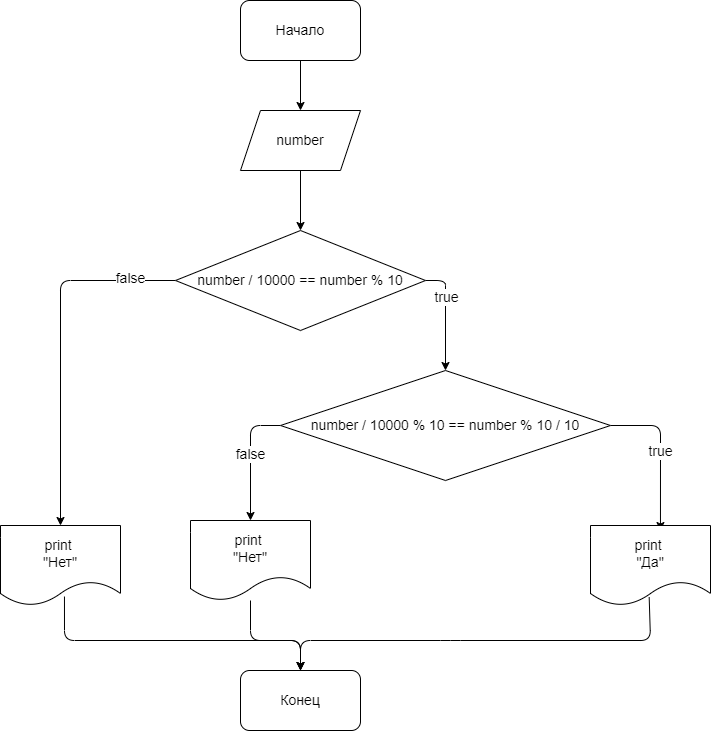
VladimirVicPar/qwerty1 keeps this draw.io diagram as HWork3/Task19/diagram.dravio.png. Above is the earlier version. Source tidied: cells renumbered, new cells last; positions are measured from the earlier drawing's top-left corner, leaving out a move shared by most shapes. Its diagram source:
```xml
<mxGraphModel>
  <root>
    <mxCell id="0" />
    <mxCell id="1" parent="0" />
    <mxCell id="2" style="edgeStyle=none;html=1;fontSize=14;" parent="1" edge="1" source="3" target="5">
      <mxGeometry relative="1" as="geometry" />
    </mxCell>
    <mxCell id="3" value="&lt;font style=&quot;font-size: 14px&quot;&gt;Начало&lt;/font&gt;" style="rounded=1;whiteSpace=wrap;html=1;" parent="1" vertex="1">
      <mxGeometry x="240" width="120" height="60" as="geometry" />
    </mxCell>
    <mxCell id="4" style="edgeStyle=none;html=1;fontSize=14;" parent="1" edge="1" source="5" target="10">
      <mxGeometry relative="1" as="geometry" />
    </mxCell>
    <mxCell id="5" value="number" style="shape=parallelogram;perimeter=parallelogramPerimeter;whiteSpace=wrap;html=1;fixedSize=1;fontSize=14;" parent="1" vertex="1">
      <mxGeometry x="240" y="110" width="120" height="60" as="geometry" />
    </mxCell>
    <mxCell id="6" style="edgeStyle=none;html=1;exitX=0;exitY=0.5;exitDx=0;exitDy=0;entryX=0.5;entryY=0;entryDx=0;entryDy=0;fontSize=14;" parent="1" edge="1" source="10" target="21">
      <mxGeometry relative="1" as="geometry">
        <Array as="points">
          <mxPoint x="60" y="280" />
        </Array>
      </mxGeometry>
    </mxCell>
    <mxCell id="7" value="false" style="edgeLabel;html=1;align=center;verticalAlign=middle;fontSize=14;" parent="6" vertex="1">
      <mxGeometry x="-0.58" y="-3" relative="1" as="geometry">
        <mxPoint x="30" as="offset" />
      </mxGeometry>
    </mxCell>
    <mxCell id="8" style="edgeStyle=none;html=1;exitX=1;exitY=0.5;exitDx=0;exitDy=0;entryX=0.5;entryY=0;entryDx=0;entryDy=0;fontSize=14;" parent="1" edge="1" source="10" target="15">
      <mxGeometry relative="1" as="geometry">
        <Array as="points">
          <mxPoint x="445" y="280" />
          <mxPoint x="445" y="290" />
        </Array>
      </mxGeometry>
    </mxCell>
    <mxCell id="9" value="true" style="edgeLabel;html=1;align=center;verticalAlign=middle;fontSize=14;" parent="8" vertex="1">
      <mxGeometry x="-0.12" relative="1" as="geometry">
        <mxPoint y="-12" as="offset" />
      </mxGeometry>
    </mxCell>
    <mxCell id="10" value="number / 10000 == number % 10" style="rhombus;whiteSpace=wrap;html=1;fontSize=14;" parent="1" vertex="1">
      <mxGeometry x="175" y="230" width="250" height="100" as="geometry" />
    </mxCell>
    <mxCell id="11" style="edgeStyle=none;html=1;exitX=0;exitY=0.5;exitDx=0;exitDy=0;fontSize=14;" parent="1" edge="1" source="15" target="19">
      <mxGeometry relative="1" as="geometry">
        <Array as="points">
          <mxPoint x="250" y="425" />
        </Array>
      </mxGeometry>
    </mxCell>
    <mxCell id="12" value="false" style="edgeLabel;html=1;align=center;verticalAlign=middle;fontSize=14;" parent="11" vertex="1">
      <mxGeometry x="-0.07" y="-1" relative="1" as="geometry" />
    </mxCell>
    <mxCell id="13" style="edgeStyle=none;html=1;exitX=1;exitY=0.5;exitDx=0;exitDy=0;entryX=0.583;entryY=0.063;entryDx=0;entryDy=0;entryPerimeter=0;fontSize=14;" parent="1" edge="1" source="15" target="17">
      <mxGeometry relative="1" as="geometry">
        <Array as="points">
          <mxPoint x="660" y="425" />
        </Array>
      </mxGeometry>
    </mxCell>
    <mxCell id="14" value="true" style="edgeLabel;html=1;align=center;verticalAlign=middle;fontSize=14;" parent="13" vertex="1">
      <mxGeometry x="-0.02" relative="1" as="geometry" />
    </mxCell>
    <mxCell id="15" value="number / 10000 % 10 == number % 10 / 10" style="rhombus;whiteSpace=wrap;html=1;fontSize=14;" parent="1" vertex="1">
      <mxGeometry x="280" y="370" width="330" height="110" as="geometry" />
    </mxCell>
    <mxCell id="16" style="edgeStyle=none;html=1;exitX=0.489;exitY=0.896;exitDx=0;exitDy=0;fontSize=14;exitPerimeter=0;entryX=0.5;entryY=0;entryDx=0;entryDy=0;" parent="1" edge="1" source="17" target="22">
      <mxGeometry relative="1" as="geometry">
        <Array as="points">
          <mxPoint x="650" y="640" />
          <mxPoint x="450" y="640" />
          <mxPoint x="300" y="640" />
        </Array>
      </mxGeometry>
    </mxCell>
    <mxCell id="17" value="print&amp;nbsp;&lt;br&gt;&quot;Да&quot;" style="shape=document;whiteSpace=wrap;html=1;boundedLbl=1;fontSize=14;" parent="1" vertex="1">
      <mxGeometry x="590" y="525" width="120" height="80" as="geometry" />
    </mxCell>
    <mxCell id="18" style="edgeStyle=none;html=1;fontSize=14;" parent="1" edge="1" source="19">
      <mxGeometry relative="1" as="geometry">
        <mxPoint x="300" y="670" as="targetPoint" />
        <Array as="points">
          <mxPoint x="250" y="640" />
          <mxPoint x="300" y="640" />
        </Array>
      </mxGeometry>
    </mxCell>
    <mxCell id="19" value="print&amp;nbsp;&lt;br&gt;&quot;Нет&quot;" style="shape=document;whiteSpace=wrap;html=1;boundedLbl=1;fontSize=14;" parent="1" vertex="1">
      <mxGeometry x="190" y="520" width="120" height="80" as="geometry" />
    </mxCell>
    <mxCell id="20" style="edgeStyle=none;html=1;exitX=0.533;exitY=0.888;exitDx=0;exitDy=0;fontSize=14;entryX=0.5;entryY=0;entryDx=0;entryDy=0;exitPerimeter=0;" parent="1" edge="1" source="21" target="22">
      <mxGeometry relative="1" as="geometry">
        <Array as="points">
          <mxPoint x="64" y="640" />
          <mxPoint x="300" y="640" />
        </Array>
      </mxGeometry>
    </mxCell>
    <mxCell id="21" value="print&amp;nbsp;&lt;br&gt;&quot;Нет&quot;" style="shape=document;whiteSpace=wrap;html=1;boundedLbl=1;fontSize=14;" parent="1" vertex="1">
      <mxGeometry y="525" width="120" height="80" as="geometry" />
    </mxCell>
    <mxCell id="22" value="Конец" style="rounded=1;whiteSpace=wrap;html=1;fontSize=14;" parent="1" vertex="1">
      <mxGeometry x="240" y="670" width="120" height="60" as="geometry" />
    </mxCell>
  </root>
</mxGraphModel>
```
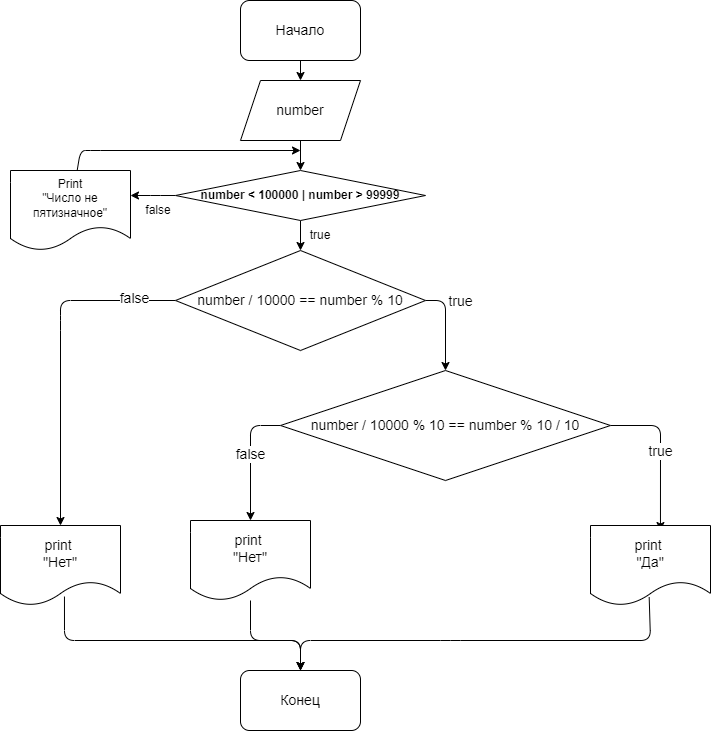
The same diagram one commit later.

Commit message:
Commite Task19

What changed in the source:
```diff
@@ -8,16 +8,17 @@
     <mxCell id="3" value="&lt;font style=&quot;font-size: 14px&quot;&gt;Начало&lt;/font&gt;" style="rounded=1;whiteSpace=wrap;html=1;" parent="1" vertex="1">
       <mxGeometry x="240" width="120" height="60" as="geometry" />
     </mxCell>
-    <mxCell id="4" style="edgeStyle=none;html=1;fontSize=14;" parent="1" edge="1" source="5" target="10">
-      <mxGeometry relative="1" as="geometry" />
-    </mxCell>
+    <mxCell id="23" style="edgeStyle=none;html=1;fontSize=8;" parent="1" edge="1" source="5" target="26">
+      <mxGeometry relative="1" as="geometry" />
+    </mxCell>
     <mxCell id="5" value="number" style="shape=parallelogram;perimeter=parallelogramPerimeter;whiteSpace=wrap;html=1;fixedSize=1;fontSize=14;" parent="1" vertex="1">
-      <mxGeometry x="240" y="110" width="120" height="60" as="geometry" />
+      <mxGeometry x="240" y="80" width="120" height="60" as="geometry" />
     </mxCell>
     <mxCell id="6" style="edgeStyle=none;html=1;exitX=0;exitY=0.5;exitDx=0;exitDy=0;entryX=0.5;entryY=0;entryDx=0;entryDy=0;fontSize=14;" parent="1" edge="1" source="10" target="21">
       <mxGeometry relative="1" as="geometry">
         <Array as="points">
-          <mxPoint x="60" y="280" />
+          <mxPoint x="60" y="300" />
+          <mxPoint x="60" y="320" />
         </Array>
       </mxGeometry>
     </mxCell>
@@ -29,18 +30,17 @@
     <mxCell id="8" style="edgeStyle=none;html=1;exitX=1;exitY=0.5;exitDx=0;exitDy=0;entryX=0.5;entryY=0;entryDx=0;entryDy=0;fontSize=14;" parent="1" edge="1" source="10" target="15">
       <mxGeometry relative="1" as="geometry">
         <Array as="points">
-          <mxPoint x="445" y="280" />
-          <mxPoint x="445" y="290" />
+          <mxPoint x="445" y="300" />
         </Array>
       </mxGeometry>
     </mxCell>
     <mxCell id="9" value="true" style="edgeLabel;html=1;align=center;verticalAlign=middle;fontSize=14;" parent="8" vertex="1">
       <mxGeometry x="-0.12" relative="1" as="geometry">
-        <mxPoint y="-12" as="offset" />
+        <mxPoint x="14" y="-20" as="offset" />
       </mxGeometry>
     </mxCell>
     <mxCell id="10" value="number / 10000 == number % 10" style="rhombus;whiteSpace=wrap;html=1;fontSize=14;" parent="1" vertex="1">
-      <mxGeometry x="175" y="230" width="250" height="100" as="geometry" />
+      <mxGeometry x="175" y="250" width="250" height="100" as="geometry" />
     </mxCell>
     <mxCell id="11" style="edgeStyle=none;html=1;exitX=0;exitY=0.5;exitDx=0;exitDy=0;fontSize=14;" parent="1" edge="1" source="15" target="19">
       <mxGeometry relative="1" as="geometry">
@@ -103,5 +103,37 @@
     <mxCell id="22" value="Конец" style="rounded=1;whiteSpace=wrap;html=1;fontSize=14;" parent="1" vertex="1">
       <mxGeometry x="240" y="670" width="120" height="60" as="geometry" />
     </mxCell>
+    <mxCell id="24" style="edgeStyle=none;html=1;fontSize=8;" parent="1" edge="1" source="26" target="10">
+      <mxGeometry relative="1" as="geometry" />
+    </mxCell>
+    <mxCell id="25" style="edgeStyle=none;html=1;fontSize=12;" parent="1" edge="1" source="26">
+      <mxGeometry relative="1" as="geometry">
+        <mxPoint x="130" y="195" as="targetPoint" />
+        <Array as="points">
+          <mxPoint x="160" y="195" />
+        </Array>
+      </mxGeometry>
+    </mxCell>
+    <mxCell id="26" value="number &amp;lt; 100000 | number &amp;gt; 99999" style="rhombus;whiteSpace=wrap;html=1;fontStyle=1;" parent="1" vertex="1">
+      <mxGeometry x="175" y="170" width="250" height="50" as="geometry" />
+    </mxCell>
+    <mxCell id="27" style="edgeStyle=none;html=1;fontSize=12;" parent="1" edge="1" source="28">
+      <mxGeometry relative="1" as="geometry">
+        <mxPoint x="300" y="150" as="targetPoint" />
+        <Array as="points">
+          <mxPoint x="80" y="150" />
+          <mxPoint x="90" y="150" />
+        </Array>
+      </mxGeometry>
+    </mxCell>
+    <mxCell id="28" value="&lt;font style=&quot;font-size: 12px&quot;&gt;Print&lt;br&gt;&quot;Число не пятизначное&quot;&lt;/font&gt;" style="shape=document;whiteSpace=wrap;html=1;boundedLbl=1;fontSize=8;" parent="1" vertex="1">
+      <mxGeometry x="10" y="170" width="120" height="80" as="geometry" />
+    </mxCell>
+    <mxCell id="29" value="true" style="text;html=1;strokeColor=none;fillColor=none;align=center;verticalAlign=middle;whiteSpace=wrap;rounded=0;fontSize=12;" parent="1" vertex="1">
+      <mxGeometry x="290" y="220" width="60" height="30" as="geometry" />
+    </mxCell>
+    <mxCell id="30" value="false" style="text;html=1;strokeColor=none;fillColor=none;align=center;verticalAlign=middle;whiteSpace=wrap;rounded=0;fontSize=12;" parent="1" vertex="1">
+      <mxGeometry x="128" y="195" width="60" height="30" as="geometry" />
+    </mxCell>
   </root>
 </mxGraphModel>
```
